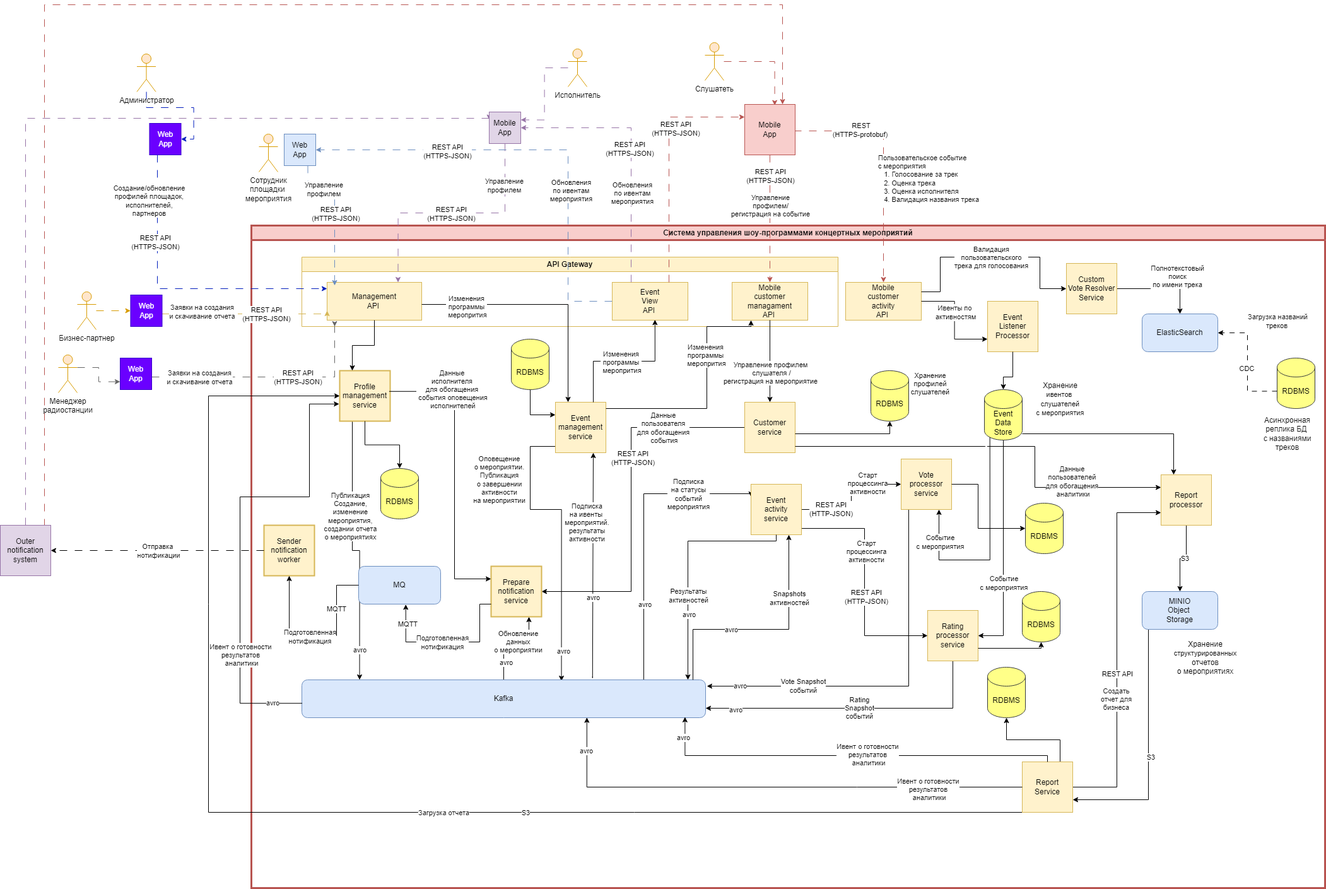
The draw.io diagram diagrams/Container Diagram.png in rmzvir/arch_kata, before a commit. Source tidied: cells renumbered, new cells last; positions are measured from the earlier drawing's top-left corner, leaving out a move shared by most shapes.
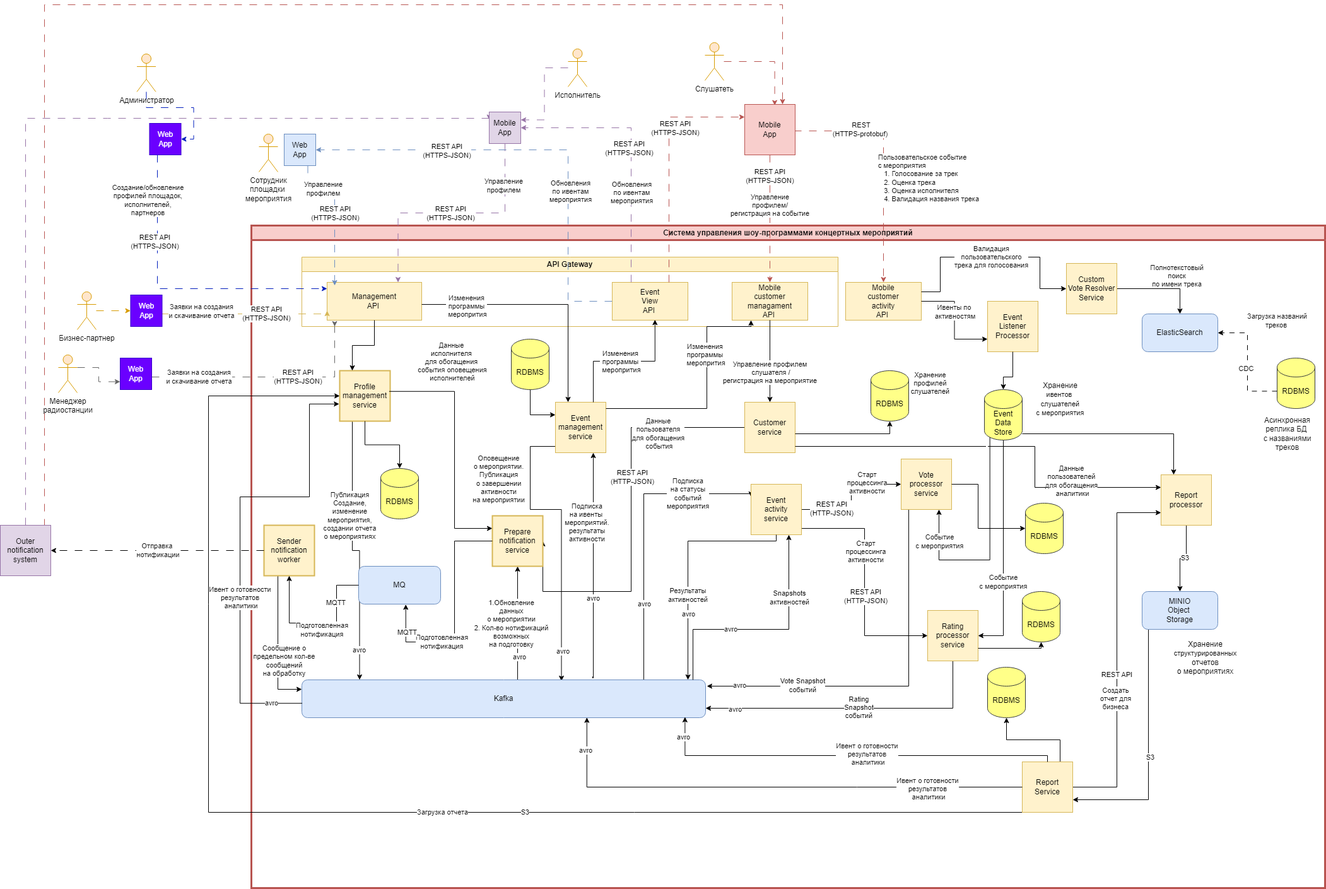
Later version of the same file.

Diff of the diagram source:
```diff
@@ -122,15 +122,20 @@
     <mxCell id="29" value="avro" style="edgeLabel;html=1;align=center;verticalAlign=middle;" parent="27" vertex="1">
       <mxGeometry x="-0.49" y="-1" relative="1" as="geometry" />
     </mxCell>
-    <mxCell id="30" style="edgeStyle=orthogonalEdgeStyle;rounded=0;jettySize=auto;html=1;entryX=0.75;entryY=1;entryDx=0;entryDy=0;" parent="2" edge="1" source="33" target="58">
-      <mxGeometry relative="1" as="geometry" />
+    <mxCell id="30" style="edgeStyle=orthogonalEdgeStyle;rounded=0;jettySize=auto;html=1;entryX=0.5;entryY=1;entryDx=0;entryDy=0;" parent="2" edge="1" source="33" target="58">
+      <mxGeometry relative="1" as="geometry">
+        <Array as="points">
+          <mxPoint x="422" y="690" />
+          <mxPoint x="422" y="690" />
+        </Array>
+      </mxGeometry>
     </mxCell>
     <mxCell id="31" value="avro" style="edgeLabel;html=1;align=center;verticalAlign=middle;" parent="30" vertex="1">
       <mxGeometry x="-0.6" y="-3" relative="1" as="geometry" />
     </mxCell>
-    <mxCell id="32" value="Обновление&lt;br style=&quot;border-color: var(--border-color);&quot;&gt;данных&lt;br style=&quot;border-color: var(--border-color);&quot;&gt;о мероприятии" style="edgeLabel;html=1;align=center;verticalAlign=middle;" parent="30" vertex="1">
+    <mxCell id="32" value="1.Обновление&lt;br style=&quot;border-color: var(--border-color);&quot;&gt;данных&lt;br style=&quot;border-color: var(--border-color);&quot;&gt;о мероприятии&lt;br&gt;2. Кол-во нотификаций&lt;br&gt;возможных &lt;br&gt;на подготовку" style="edgeLabel;html=1;align=center;verticalAlign=middle;" parent="30" vertex="1">
       <mxGeometry x="0.62" y="2" relative="1" as="geometry">
-        <mxPoint x="-16" y="13" as="offset" />
+        <mxPoint x="-8" y="56" as="offset" />
       </mxGeometry>
     </mxCell>
     <mxCell id="33" value="Kafka" style="rounded=1;whiteSpace=wrap;html=1;fillColor=#dae8fc;strokeColor=#6c8ebf;" parent="2" vertex="1">
@@ -250,8 +255,20 @@
       <mxGeometry x="0.71" y="-1" relative="1" as="geometry" />
     </mxCell>
     <mxCell id="58" value="Prepare&lt;br&gt;notification&lt;br&gt;service" style="whiteSpace=wrap;html=1;strokeWidth=2;fillColor=#fff2cc;strokeColor=#d6b656;" parent="2" vertex="1">
-      <mxGeometry x="380" y="540" width="80" height="80" as="geometry" />
+      <mxGeometry x="382" y="460" width="80" height="80" as="geometry" />
     </mxCell>
+    <mxCell id="183" style="edgeStyle=orthogonalEdgeStyle;rounded=0;jettySize=auto;html=1;entryX=0;entryY=0.25;entryDx=0;entryDy=0;" parent="2" edge="1" source="59" target="33">
+      <mxGeometry relative="1" as="geometry">
+        <Array as="points">
+          <mxPoint x="42" y="735" />
+        </Array>
+      </mxGeometry>
+    </mxCell>
+    <mxCell id="184" value="Сообщение о&lt;br&gt;предельном кол-ве&lt;br&gt;сообщений &lt;br&gt;на обработку&lt;br&gt;" style="edgeLabel;html=1;align=center;verticalAlign=middle;" parent="183" vertex="1">
+      <mxGeometry x="0.43" relative="1" as="geometry">
+        <mxPoint x="10" y="-21" as="offset" />
+      </mxGeometry>
+    </mxCell>
     <mxCell id="59" value="Sender&lt;br&gt;notification&lt;br&gt;worker" style="whiteSpace=wrap;html=1;strokeWidth=2;fillColor=#fff2cc;strokeColor=#d6b656;" parent="2" vertex="1">
       <mxGeometry x="20" y="475" width="80" height="80" as="geometry" />
     </mxCell>
@@ -262,14 +279,14 @@
       <mxGeometry relative="1" as="geometry">
         <Array as="points">
           <mxPoint x="135" y="570" />
-          <mxPoint x="135" y="650" />
-          <mxPoint x="60" y="650" />
+          <mxPoint x="135" y="630" />
+          <mxPoint x="60" y="630" />
         </Array>
       </mxGeometry>
     </mxCell>
     <mxCell id="62" value="Подготовленная&lt;br style=&quot;border-color: var(--border-color);&quot;&gt;нотификация" style="edgeLabel;html=1;align=center;verticalAlign=middle;" parent="61" vertex="1">
       <mxGeometry x="-0.51" y="2" relative="1" as="geometry">
-        <mxPoint x="-45" y="46" as="offset" />
+        <mxPoint x="-25" y="46" as="offset" />
       </mxGeometry>
     </mxCell>
     <mxCell id="63" value="MQTT" style="edgeLabel;html=1;align=center;verticalAlign=middle;" parent="61" vertex="1">
@@ -340,7 +357,7 @@
       <mxGeometry relative="1" as="geometry">
         <Array as="points">
           <mxPoint x="322" y="263" />
-          <mxPoint x="322" y="560" />
+          <mxPoint x="322" y="480" />
         </Array>
       </mxGeometry>
     </mxCell>
@@ -388,7 +405,9 @@
       </mxGeometry>
     </mxCell>
     <mxCell id="88" value="Ивент о готовности&lt;br style=&quot;border-color: var(--border-color);&quot;&gt;результатов&lt;br style=&quot;border-color: var(--border-color);&quot;&gt;&amp;nbsp;аналитики" style="edgeLabel;html=1;align=center;verticalAlign=middle;" parent="87" vertex="1">
-      <mxGeometry x="-0.52" relative="1" as="geometry" />
+      <mxGeometry x="-0.52" relative="1" as="geometry">
+        <mxPoint y="-91" as="offset" />
+      </mxGeometry>
     </mxCell>
     <mxCell id="89" value="avro" style="edgeLabel;html=1;align=center;verticalAlign=middle;" parent="87" vertex="1">
       <mxGeometry x="-0.87" y="-1" relative="1" as="geometry" />
@@ -519,18 +538,18 @@
     <mxCell id="116" value="Ивенты по&lt;br style=&quot;border-color: var(--border-color);&quot;&gt;&amp;nbsp;активностям" style="edgeLabel;html=1;align=center;verticalAlign=middle;" parent="115" vertex="1">
       <mxGeometry x="-0.16" y="-1" relative="1" as="geometry" />
     </mxCell>
-    <mxCell id="117" style="edgeStyle=orthogonalEdgeStyle;rounded=0;jettySize=auto;html=1;exitX=0;exitY=0.75;exitDx=0;exitDy=0;entryX=0.575;entryY=1.007;entryDx=0;entryDy=0;entryPerimeter=0;" parent="2" edge="1" source="58" target="60">
+    <mxCell id="117" style="edgeStyle=orthogonalEdgeStyle;rounded=0;jettySize=auto;html=1;exitX=0;exitY=0.5;exitDx=0;exitDy=0;entryX=0.575;entryY=1.007;entryDx=0;entryDy=0;entryPerimeter=0;" parent="2" edge="1" source="58" target="60">
       <mxGeometry relative="1" as="geometry">
         <Array as="points">
-          <mxPoint x="362" y="600" />
-          <mxPoint x="362" y="660" />
+          <mxPoint x="322" y="500" />
+          <mxPoint x="322" y="660" />
           <mxPoint x="245" y="660" />
         </Array>
       </mxGeometry>
     </mxCell>
     <mxCell id="118" value="Подготовленная&lt;br style=&quot;border-color: var(--border-color);&quot;&gt;нотификация" style="edgeLabel;html=1;align=center;verticalAlign=middle;" parent="117" vertex="1">
       <mxGeometry x="0.32" y="-2" relative="1" as="geometry">
-        <mxPoint x="30" y="2" as="offset" />
+        <mxPoint x="-6" y="2" as="offset" />
       </mxGeometry>
     </mxCell>
     <mxCell id="119" value="MQTT" style="edgeLabel;html=1;align=center;verticalAlign=middle;" parent="117" vertex="1">
```
